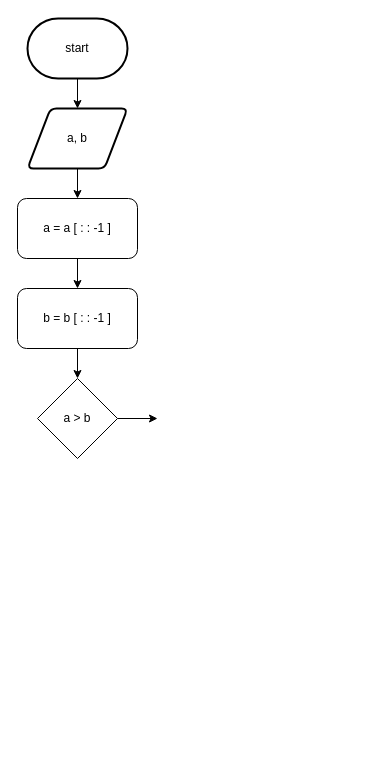
Before: stage/06_string/2908.drawio in Gyeongrok-Oh/boj, a draw.io diagram. Source tidied: cells renumbered, new cells numbered last; positions are measured from the earlier drawing's top-left corner, leaving out a move shared by most shapes. Both pictures are drawn from the tidied source at 100%, with x=0, y=0 at pixel (17, 18).
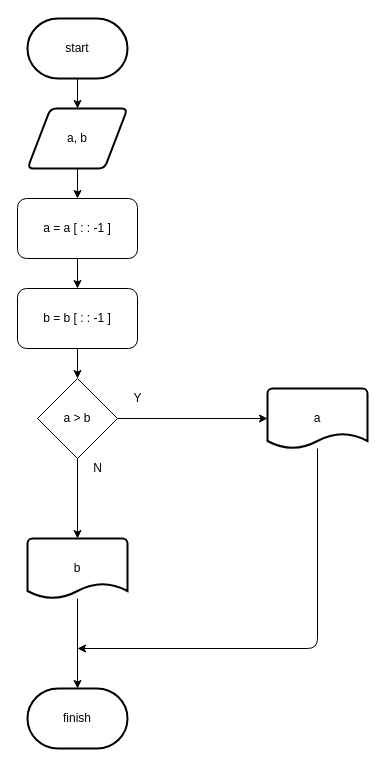
After the change.

The change refers to these unchanged cells:
```xml
<mxCell id="11" value="a &amp;gt; b" style="rhombus;whiteSpace=wrap;html=1;" parent="1" vertex="1">
  <mxGeometry x="20" y="360" width="80" height="80" as="geometry" />
</mxCell>
```

Change to the diagram source:
```diff
@@
     <mxCell id="10" style="edgeStyle=none;html=1;" parent="1" edge="1" source="11">
       <mxGeometry relative="1" as="geometry">
-        <mxPoint x="140" y="400" as="targetPoint" />
+        <mxPoint x="250" y="400" as="targetPoint" />
       </mxGeometry>
     </mxCell>
+    <mxCell id="12" style="edgeStyle=none;html=1;" parent="1" edge="1" source="11">
+      <mxGeometry relative="1" as="geometry">
+        <mxPoint x="60" y="520" as="targetPoint" />
+      </mxGeometry>
+    </mxCell>
@@
+    <mxCell id="13" value="N" style="text;html=1;align=center;verticalAlign=middle;strokeColor=none;fillColor=none;" parent="1" vertex="1">
+      <mxGeometry x="70" y="440" width="20" height="20" as="geometry" />
+    </mxCell>
+    <mxCell id="14" value="Y" style="text;html=1;align=center;verticalAlign=middle;strokeColor=none;fillColor=none;" parent="1" vertex="1">
+      <mxGeometry x="110" y="370" width="20" height="20" as="geometry" />
+    </mxCell>
+    <mxCell id="15" value="finish" style="strokeWidth=2;html=1;shape=mxgraph.flowchart.terminator;whiteSpace=wrap;" parent="1" vertex="1">
+      <mxGeometry x="10" y="670" width="100" height="60" as="geometry" />
+    </mxCell>
+    <mxCell id="16" style="edgeStyle=none;html=1;" parent="1" edge="1" source="17">
+      <mxGeometry relative="1" as="geometry">
+        <mxPoint x="60" y="630" as="targetPoint" />
+        <Array as="points">
+          <mxPoint x="300" y="630" />
+        </Array>
+      </mxGeometry>
+    </mxCell>
+    <mxCell id="17" value="a" style="strokeWidth=2;html=1;shape=mxgraph.flowchart.document2;whiteSpace=wrap;size=0.25;" parent="1" vertex="1">
+      <mxGeometry x="250" y="370" width="100" height="60" as="geometry" />
+    </mxCell>
+    <mxCell id="18" style="edgeStyle=none;html=1;entryX=0.5;entryY=0;entryDx=0;entryDy=0;entryPerimeter=0;" parent="1" edge="1" source="19" target="15">
+      <mxGeometry relative="1" as="geometry" />
+    </mxCell>
+    <mxCell id="19" value="b" style="strokeWidth=2;html=1;shape=mxgraph.flowchart.document2;whiteSpace=wrap;size=0.25;" parent="1" vertex="1">
+      <mxGeometry x="10" y="520" width="100" height="60" as="geometry" />
+    </mxCell>
```
